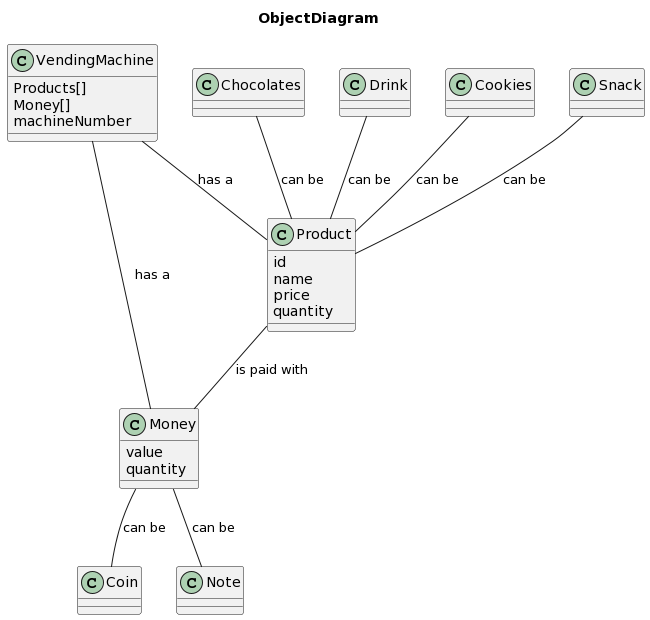
Before: docs/diagrams/object diagram/DiagramObject.png, a diagram exported from PlantUML (mmasias/idsw2).
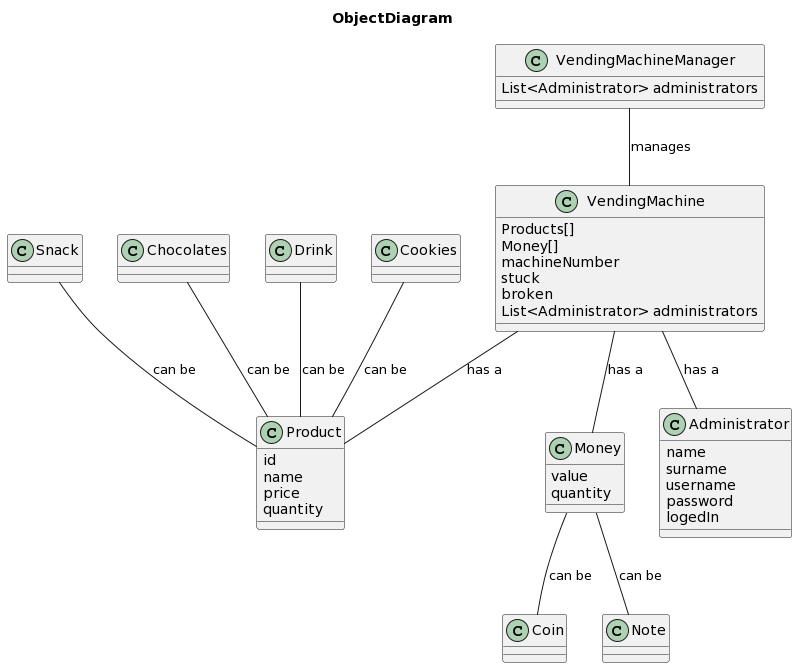
After the change.

Commit message:
Updating DiagramObject (adding VendingMachineManager and Administrator)

What changed in the source:
```diff
@@ -20,11 +20,25 @@
 Products[]
 Money[]
 machineNumber
+stuck
+broken
+List<Administrator> administrators
+}
+class VendingMachineManager{
+List<Administrator> administrators
+}
+class Administrator{
+name
+surname
+username
+password
+logedIn
 }
 
 VendingMachine -- Product : has a
 VendingMachine -- Money : has a
-Product -- Money : is paid with
+VendingMachine -- Administrator : has a
+VendingMachineManager -- VendingMachine : manages
 Money -- Coin : can be
 Money -- Note : can be
 Product -u- Cookies : can be
```
